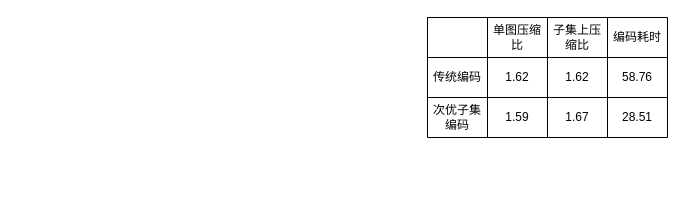
This is 分组压缩结果图表.drawio from jkersmith/reimagined-doodle, a draw.io file, before an edit. Source tidied: cells renumbered, new cells numbered last; positions are measured from the earlier drawing's top-left corner, leaving out a move shared by most shapes. Both pictures are drawn from the tidied source at 100%, with x=0, y=0 at pixel (427, 17).
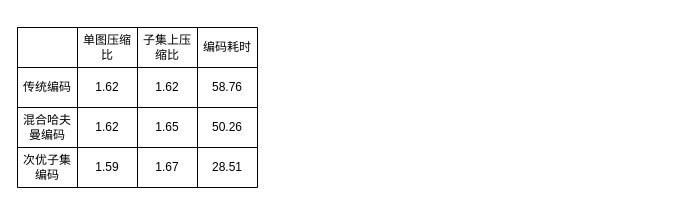
The same diagram, later.

Commit message (it also covers changes not shown here):
更新分组压缩结果图表.drawio

Diff of the diagram source:
```diff
@@
-    <mxCell id="2" style="shape=table;startSize=0;childLayout=tableLayout;" parent="1" vertex="1">
-      <mxGeometry width="240" height="120" as="geometry" />
-    </mxCell>
+    <mxCell id="18" style="shape=table;startSize=0;childLayout=tableLayout;" parent="1" vertex="1">
+      <mxGeometry x="-410" y="10" width="240" height="160" as="geometry" />
+    </mxCell>
-    <mxCell id="3" style="shape=tableRow;horizontal=0;startSize=0;swimlaneHead=0;swimlaneBody=0;strokeColor=inherit;top=0;left=0;bottom=0;right=0;fillColor=none;" parent="2" vertex="1">
+    <mxCell id="3" style="shape=tableRow;horizontal=0;startSize=0;swimlaneHead=0;swimlaneBody=0;strokeColor=inherit;top=0;left=0;bottom=0;right=0;fillColor=none;" parent="18" vertex="1">
       <mxGeometry width="240" height="40" as="geometry" />
     </mxCell>
@@
-    <mxCell id="8" style="shape=tableRow;horizontal=0;startSize=0;swimlaneHead=0;swimlaneBody=0;strokeColor=inherit;top=0;left=0;bottom=0;right=0;fillColor=none;" parent="2" vertex="1">
+    <mxCell id="8" style="shape=tableRow;horizontal=0;startSize=0;swimlaneHead=0;swimlaneBody=0;strokeColor=inherit;top=0;left=0;bottom=0;right=0;fillColor=none;" parent="18" vertex="1">
       <mxGeometry y="40" width="240" height="40" as="geometry" />
     </mxCell>
@@
-    <mxCell id="10" value="1.62" style="shape=partialRectangle;html=1;whiteSpace=wrap;strokeColor=inherit;overflow=hidden;fillColor=none;top=0;left=0;bottom=0;right=0;" parent="8" vertex="1">
-      <mxGeometry x="60" width="60" height="40" as="geometry" />
-    </mxCell>
+    <mxCell id="19" value="1.62" style="shape=partialRectangle;html=1;whiteSpace=wrap;strokeColor=inherit;overflow=hidden;fillColor=none;top=0;left=0;bottom=0;right=0;" parent="8" vertex="1">
+      <mxGeometry x="60" width="60" height="40" as="geometry" />
+    </mxCell>
@@
-    <mxCell id="13" style="shape=tableRow;horizontal=0;startSize=0;swimlaneHead=0;swimlaneBody=0;strokeColor=inherit;top=0;left=0;bottom=0;right=0;fillColor=none;" parent="2" vertex="1">
+    <mxCell id="13" style="shape=tableRow;horizontal=0;startSize=0;swimlaneHead=0;swimlaneBody=0;strokeColor=inherit;top=0;left=0;bottom=0;right=0;fillColor=none;" parent="18" vertex="1">
       <mxGeometry y="80" width="240" height="40" as="geometry" />
     </mxCell>
+    <mxCell id="20" value="混合哈夫曼编码" style="shape=partialRectangle;html=1;whiteSpace=wrap;strokeColor=inherit;overflow=hidden;fillColor=none;top=0;left=0;bottom=0;right=0;" parent="13" vertex="1">
+      <mxGeometry width="60" height="40" as="geometry" />
+    </mxCell>
+    <mxCell id="21" value="1.62" style="shape=partialRectangle;html=1;whiteSpace=wrap;strokeColor=inherit;overflow=hidden;fillColor=none;top=0;left=0;bottom=0;right=0;" parent="13" vertex="1">
+      <mxGeometry x="60" width="60" height="40" as="geometry" />
+    </mxCell>
+    <mxCell id="22" value="1.65" style="shape=partialRectangle;html=1;whiteSpace=wrap;strokeColor=inherit;overflow=hidden;fillColor=none;top=0;left=0;bottom=0;right=0;" parent="13" vertex="1">
+      <mxGeometry x="120" width="60" height="40" as="geometry" />
+    </mxCell>
+    <mxCell id="23" value="50.26" style="shape=partialRectangle;html=1;whiteSpace=wrap;strokeColor=inherit;overflow=hidden;fillColor=none;top=0;left=0;bottom=0;right=0;" parent="13" vertex="1">
+      <mxGeometry x="180" width="60" height="40" as="geometry" />
+    </mxCell>
+    <mxCell id="24" style="shape=tableRow;horizontal=0;startSize=0;swimlaneHead=0;swimlaneBody=0;strokeColor=inherit;top=0;left=0;bottom=0;right=0;fillColor=none;" parent="18" vertex="1">
+      <mxGeometry y="120" width="240" height="40" as="geometry" />
+    </mxCell>
-    <mxCell id="14" value="次优子集编码" style="shape=partialRectangle;html=1;whiteSpace=wrap;strokeColor=inherit;overflow=hidden;fillColor=none;top=0;left=0;bottom=0;right=0;" parent="13" vertex="1">
+    <mxCell id="14" value="次优子集编码" style="shape=partialRectangle;html=1;whiteSpace=wrap;strokeColor=inherit;overflow=hidden;fillColor=none;top=0;left=0;bottom=0;right=0;" parent="24" vertex="1">
       <mxGeometry width="60" height="40" as="geometry" />
     </mxCell>
-    <mxCell id="15" value="1.59" style="shape=partialRectangle;html=1;whiteSpace=wrap;strokeColor=inherit;overflow=hidden;fillColor=none;top=0;left=0;bottom=0;right=0;" parent="13" vertex="1">
+    <mxCell id="15" value="1.59" style="shape=partialRectangle;html=1;whiteSpace=wrap;strokeColor=inherit;overflow=hidden;fillColor=none;top=0;left=0;bottom=0;right=0;" parent="24" vertex="1">
       <mxGeometry x="60" width="60" height="40" as="geometry" />
     </mxCell>
-    <mxCell id="16" value="1.67" style="shape=partialRectangle;html=1;whiteSpace=wrap;strokeColor=inherit;overflow=hidden;fillColor=none;top=0;left=0;bottom=0;right=0;" parent="13" vertex="1">
+    <mxCell id="16" value="1.67" style="shape=partialRectangle;html=1;whiteSpace=wrap;strokeColor=inherit;overflow=hidden;fillColor=none;top=0;left=0;bottom=0;right=0;" parent="24" vertex="1">
       <mxGeometry x="120" width="60" height="40" as="geometry" />
     </mxCell>
-    <mxCell id="17" value="28.51" style="shape=partialRectangle;html=1;whiteSpace=wrap;strokeColor=inherit;overflow=hidden;fillColor=none;top=0;left=0;bottom=0;right=0;" parent="13" vertex="1">
+    <mxCell id="17" value="28.51" style="shape=partialRectangle;html=1;whiteSpace=wrap;strokeColor=inherit;overflow=hidden;fillColor=none;top=0;left=0;bottom=0;right=0;" parent="24" vertex="1">
       <mxGeometry x="180" width="60" height="40" as="geometry" />
     </mxCell>
```
